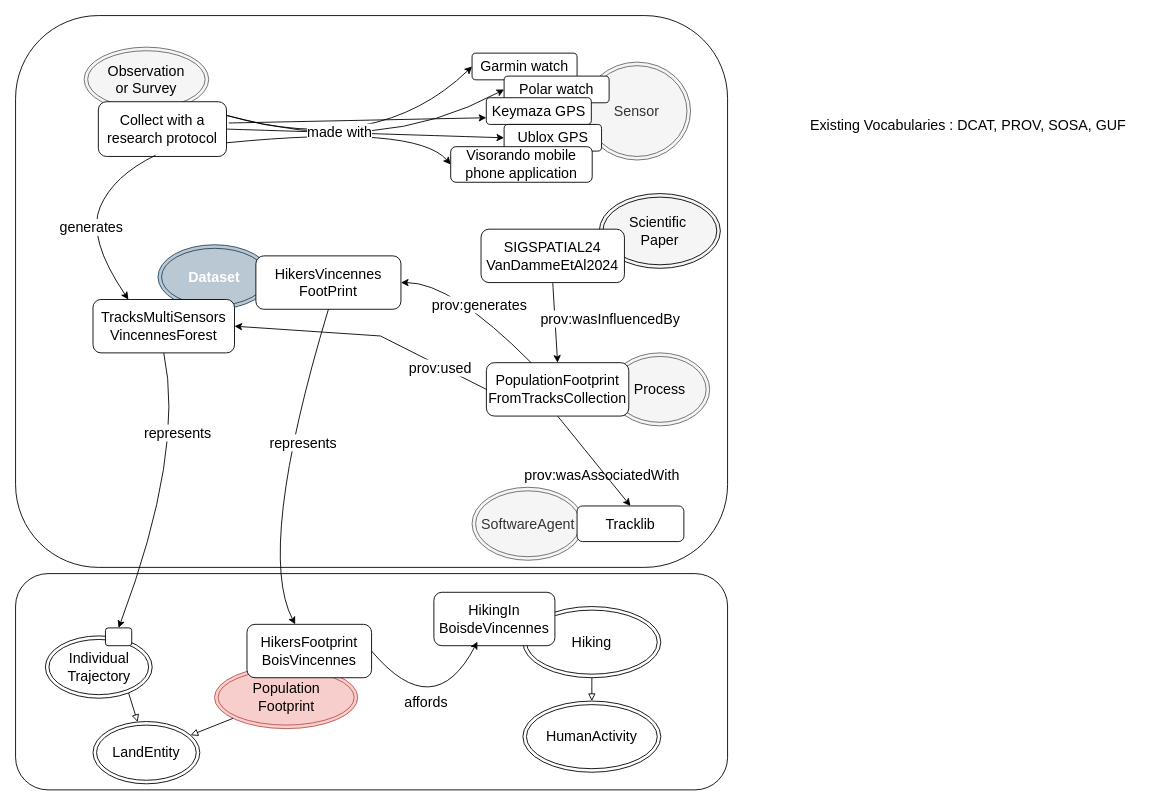
Before: page "Fig 2 - Step 1 (Description)" (5 of 7) of docs/diagrams/model_KG.drawio in IntForOut/outdoorPressure, a draw.io diagram. Source tidied: cells renumbered, new cells numbered last; positions are measured from the earlier drawing's top-left corner, leaving out a move shared by most shapes. Both pictures are drawn from the tidied source at 89%, with x=0, y=0 at pixel (15, 15).
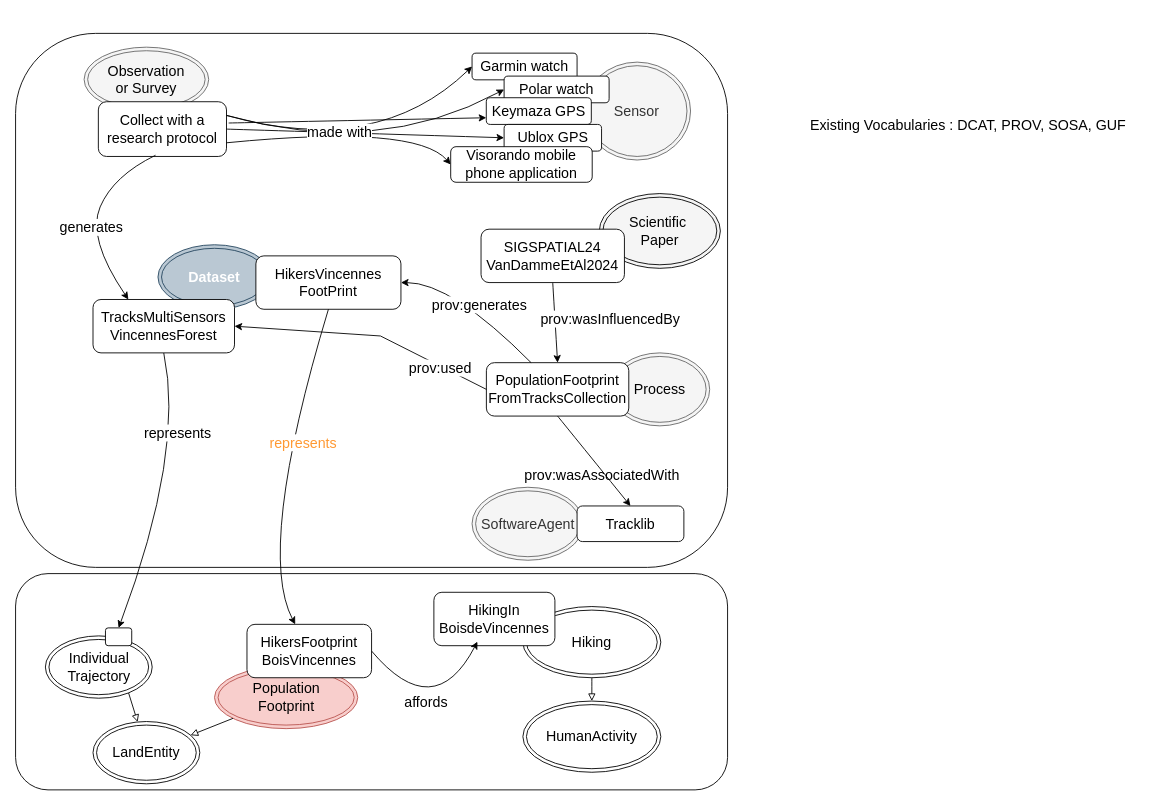
After the change.

The change refers to these unchanged cells:
```xml
<mxCell id="50" style="endArrow=classic;html=1;rounded=0;fontSize=16;curved=1;exitX=0.5;exitY=1;exitDx=0;exitDy=0;" parent="1" edge="1" source="46" target="49">
  <mxGeometry relative="1" as="geometry">
    <Array as="points">
      <mxPoint x="270" y="600" />
    </Array>
  </mxGeometry>
</mxCell>
```

What changed in the source:
```diff
@@
     <mxCell id="3" style="rounded=1;whiteSpace=wrap;html=1;fillColor=none;strokeColor=#000000;" parent="1" vertex="1">
-      <mxGeometry width="800" height="620" as="geometry" />
+      <mxGeometry y="20" width="800" height="600" as="geometry" />
     </mxCell>
@@
-    <mxCell id="51" value="&lt;font style=&quot;font-size: 16px;&quot;&gt;represents&lt;/font&gt;" style="edgeLabel;html=1;align=center;verticalAlign=middle;" parent="50" vertex="1">
+    <mxCell id="51" value="&lt;font style=&quot;font-size: 16px; color: rgb(255, 153, 51);&quot;&gt;represents&lt;/font&gt;" style="edgeLabel;html=1;align=center;verticalAlign=middle;" parent="50" vertex="1">
       <mxGeometry x="-0.33" y="-2" relative="1" as="geometry">
         <mxPoint x="9" y="29" as="offset" />
       </mxGeometry>
     </mxCell>
```
